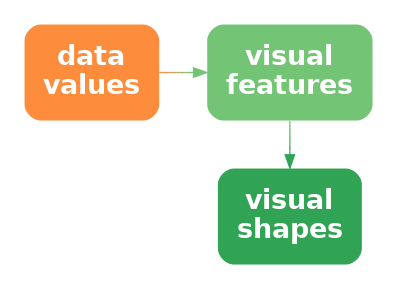
Before: Diagrams/data-vis-shape.png, a diagram exported from Graphviz (pmur002/hdvw). Its source is kept beside it as Diagrams/data-vis-shape.dot.
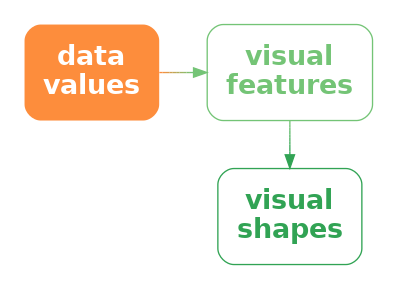
The same file after the commit.

Change to the diagram source:
```diff
@@ -3,10 +3,10 @@
   node [ fontsize=20; fontname="sans bold"; margin=.2 ];
   data [ label="data\nvalues"; shape=box; style="filled, rounded"; penwidth=0; fontcolor=white; fillcolor="#FD8D3C" ]
   vis [ label="visual\nfeatures"; shape=box;
-     style="filled, rounded"; penwidth=0; fontcolor=white; fillcolor="#74C476" ]
+     style="rounded"; color="#74C476"; fontcolor="#74C476" ]
   shape [ label="visual\nshapes"; shape=box;
-       style="filled, rounded"; penwidth=0; fontcolor=white; fillcolor="#31A354" ]
-  data -> vis [ color="#FD8D3C;0.1:#EE9342;0.1:#DF9949;0.1:#CF9F4F;0.1:#C0A556;0.1:#B1AC5C;0.1:#A2B263;0.1:#92B869;0.1:#83BE70;0.1:#74C476;0.1" ]
-  vis -> shape [ color="#74C476;0.1:#6DC072;0.1:#65BD6E;0.1:#5EB96B;0.1:#56B567;0.1:#4FB263;0.1:#47AE5F;0.1:#40AA5C;0.1:#38A758;0.1:#31A354;0.1" ]
+       style="rounded"; color="#31A354"; fontcolor="#31A354" ]
+  data -> vis [ style="bold"; penwidth=1; color="#FD8D3C;0.1:#EE9342;0.1:#DF9949;0.1:#CF9F4F;0.1:#C0A556;0.1:#B1AC5C;0.1:#A2B263;0.1:#92B869;0.1:#83BE70;0.1:#74C476;0.1" ]
+  vis -> shape [ style="solid", color="#74C476;0.1:#6DC072;0.1:#65BD6E;0.1:#5EB96B;0.1:#56B567;0.1:#4FB263;0.1:#47AE5F;0.1:#40AA5C;0.1:#38A758;0.1:#31A354;0.1" ]
 { rank=same; vis, shape }
 }
```
